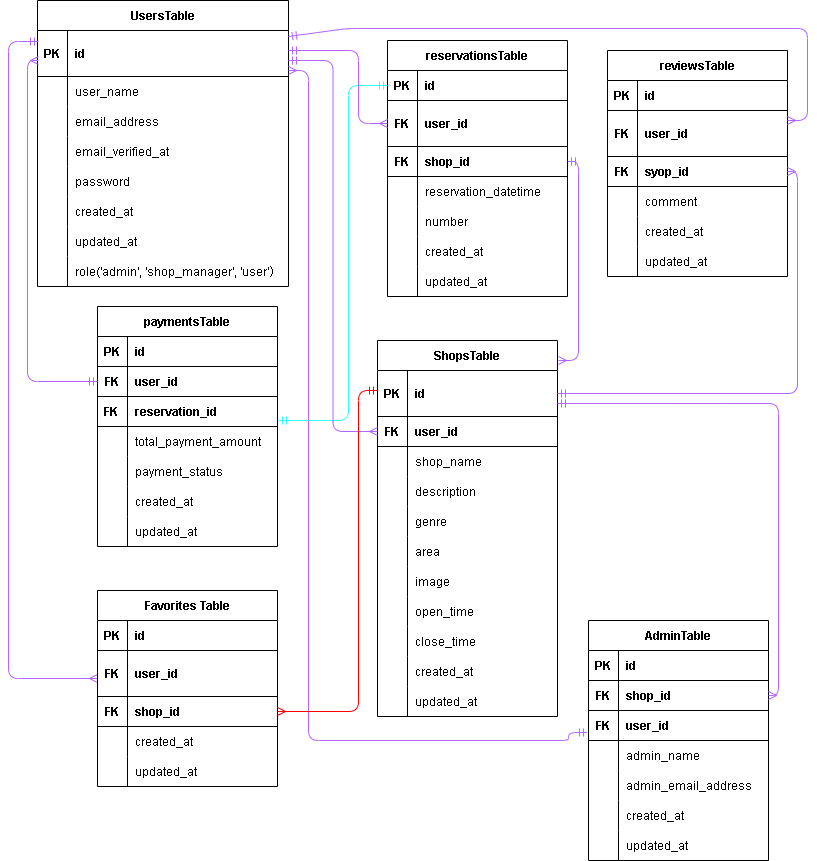
Before: src/rese.drawio.png, a diagram exported from draw.io (ponponmama/20240713-erika_hara-rese). Source tidied: cells renumbered, new cells last; positions are measured from the earlier drawing's top-left corner, leaving out a move shared by most shapes.
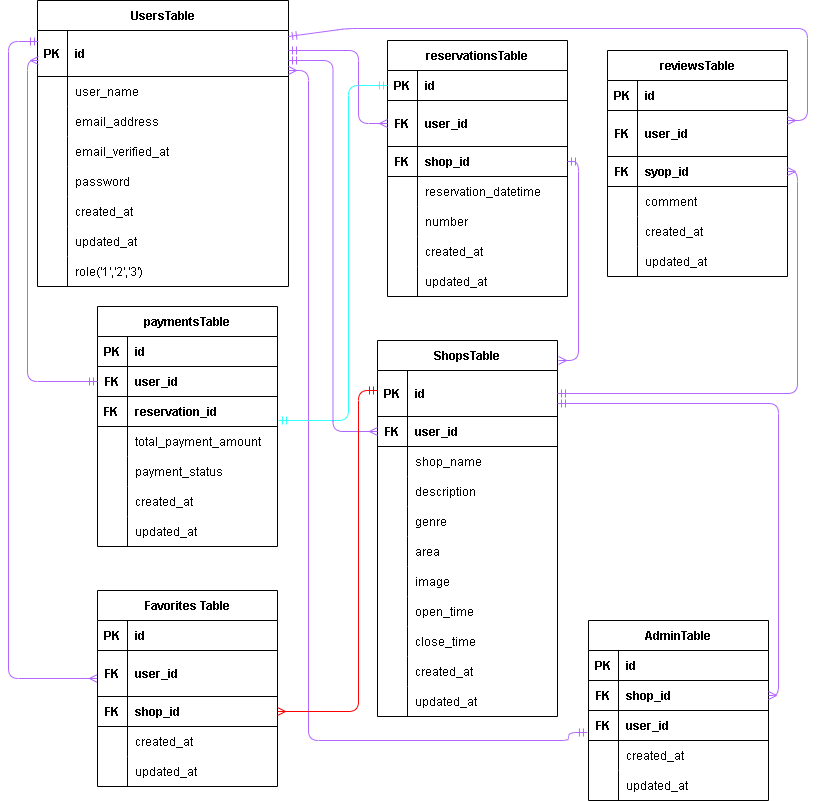
Later version of the same file.

Change to the diagram source:
```diff
@@ -74,7 +74,7 @@
     <mxCell id="25" style="shape=partialRectangle;fillColor=none;top=0;left=0;bottom=0;right=0;overflow=hidden;labelBackgroundColor=none;strokeColor=#000000;strokeWidth=1;fontColor=#000000;" parent="24" vertex="1">
       <mxGeometry width="30" height="30" as="geometry" />
     </mxCell>
-    <mxCell id="26" value="role('admin', 'shop_manager', 'user'）" style="shape=partialRectangle;fillColor=none;top=0;left=0;bottom=0;right=0;align=left;spacingLeft=6;overflow=hidden;labelBackgroundColor=none;strokeColor=#000000;strokeWidth=1;fontColor=#000000;" parent="24" vertex="1">
+    <mxCell id="26" value="role('1','2','3')" style="shape=partialRectangle;fillColor=none;top=0;left=0;bottom=0;right=0;align=left;spacingLeft=6;overflow=hidden;labelBackgroundColor=none;strokeColor=#000000;strokeWidth=1;fontColor=#000000;" parent="24" vertex="1">
       <mxGeometry x="30" width="221" height="30" as="geometry" />
     </mxCell>
     <mxCell id="27" style="edgeStyle=orthogonalEdgeStyle;fontSize=12;html=1;endArrow=ERmany;strokeColor=#B266FF;strokeWidth=1;fontColor=default;startArrow=ERmandOne;startFill=0;entryX=-0.007;entryY=0.239;entryDx=0;entryDy=0;entryPerimeter=0;" parent="2" edge="1">
@@ -88,7 +88,7 @@
       </mxGeometry>
     </mxCell>
     <mxCell id="28" value="AdminTable" style="shape=table;startSize=30;rowLines=0;fontStyle=1;align=center;strokeColor=#000000;strokeWidth=1;fontColor=#000000;fillColor=none;" parent="1" vertex="1">
-      <mxGeometry x="580" y="620" width="180" height="240" as="geometry" />
+      <mxGeometry x="580" y="620" width="180" height="180" as="geometry" />
     </mxCell>
     <mxCell id="29" style="shape=tableRow;horizontal=0;startSize=0;swimlaneHead=0;swimlaneBody=0;fillColor=none;top=0;left=0;right=0;bottom=1;strokeColor=#000000;strokeWidth=1;fontColor=#000000;" parent="28" vertex="1">
       <mxGeometry y="30" width="180" height="30" as="geometry" />
@@ -117,26 +117,8 @@
     <mxCell id="37" value="user_id" style="shape=partialRectangle;fillColor=none;top=0;left=0;bottom=0;right=0;align=left;spacingLeft=6;fontStyle=1;overflow=hidden;fontColor=#000000;strokeColor=#000000;strokeWidth=1;" parent="35" vertex="1">
       <mxGeometry x="30" width="150" height="30" as="geometry" />
     </mxCell>
-    <mxCell id="38" style="shape=tableRow;horizontal=0;startSize=0;swimlaneHead=0;swimlaneBody=0;fillColor=none;top=0;left=0;right=0;bottom=0;strokeColor=#000000;strokeWidth=1;fontColor=#000000;" parent="28" vertex="1">
-      <mxGeometry y="120" width="180" height="30" as="geometry" />
-    </mxCell>
-    <mxCell id="39" style="shape=partialRectangle;fillColor=none;top=0;left=0;bottom=0;right=0;overflow=hidden;fontColor=#000000;strokeColor=#000000;strokeWidth=1;" parent="38" vertex="1">
-      <mxGeometry width="30" height="30" as="geometry" />
-    </mxCell>
-    <mxCell id="40" value="admin_name" style="shape=partialRectangle;fillColor=none;top=0;left=0;bottom=0;right=0;align=left;spacingLeft=6;overflow=hidden;fontColor=#000000;strokeColor=#000000;strokeWidth=1;" parent="38" vertex="1">
-      <mxGeometry x="30" width="150" height="30" as="geometry" />
-    </mxCell>
-    <mxCell id="41" style="shape=tableRow;horizontal=0;startSize=0;swimlaneHead=0;swimlaneBody=0;fillColor=none;top=0;left=0;right=0;bottom=0;strokeColor=#000000;strokeWidth=1;fontColor=#000000;" parent="28" vertex="1">
-      <mxGeometry y="150" width="180" height="30" as="geometry" />
-    </mxCell>
-    <mxCell id="42" style="shape=partialRectangle;fillColor=none;top=0;left=0;bottom=0;right=0;overflow=hidden;fontColor=#000000;strokeColor=#000000;strokeWidth=1;" parent="41" vertex="1">
-      <mxGeometry width="30" height="30" as="geometry" />
-    </mxCell>
-    <mxCell id="43" value="admin_email_address" style="shape=partialRectangle;fillColor=none;top=0;left=0;bottom=0;right=0;align=left;spacingLeft=6;overflow=hidden;fontColor=#000000;strokeColor=#000000;strokeWidth=1;" parent="41" vertex="1">
-      <mxGeometry x="30" width="150" height="30" as="geometry" />
-    </mxCell>
     <mxCell id="44" style="shape=tableRow;horizontal=0;startSize=0;swimlaneHead=0;swimlaneBody=0;fillColor=none;top=0;left=0;right=0;bottom=0;strokeColor=#000000;strokeWidth=1;fontColor=#000000;" parent="28" vertex="1">
-      <mxGeometry y="180" width="180" height="30" as="geometry" />
+      <mxGeometry y="120" width="180" height="30" as="geometry" />
     </mxCell>
     <mxCell id="45" style="shape=partialRectangle;fillColor=none;top=0;left=0;bottom=0;right=0;overflow=hidden;fontColor=#000000;strokeColor=#000000;strokeWidth=1;" parent="44" vertex="1">
       <mxGeometry width="30" height="30" as="geometry" />
@@ -145,7 +127,7 @@
       <mxGeometry x="30" width="150" height="30" as="geometry" />
     </mxCell>
     <mxCell id="47" style="shape=tableRow;horizontal=0;startSize=0;swimlaneHead=0;swimlaneBody=0;fillColor=none;top=0;left=0;right=0;bottom=0;strokeColor=#000000;strokeWidth=1;fontColor=#000000;" parent="28" vertex="1">
-      <mxGeometry y="210" width="180" height="30" as="geometry" />
+      <mxGeometry y="150" width="180" height="30" as="geometry" />
     </mxCell>
     <mxCell id="48" style="shape=partialRectangle;fillColor=none;top=0;left=0;bottom=0;right=0;overflow=hidden;fontColor=#000000;strokeColor=#000000;strokeWidth=1;" parent="47" vertex="1">
       <mxGeometry width="30" height="30" as="geometry" />
```
